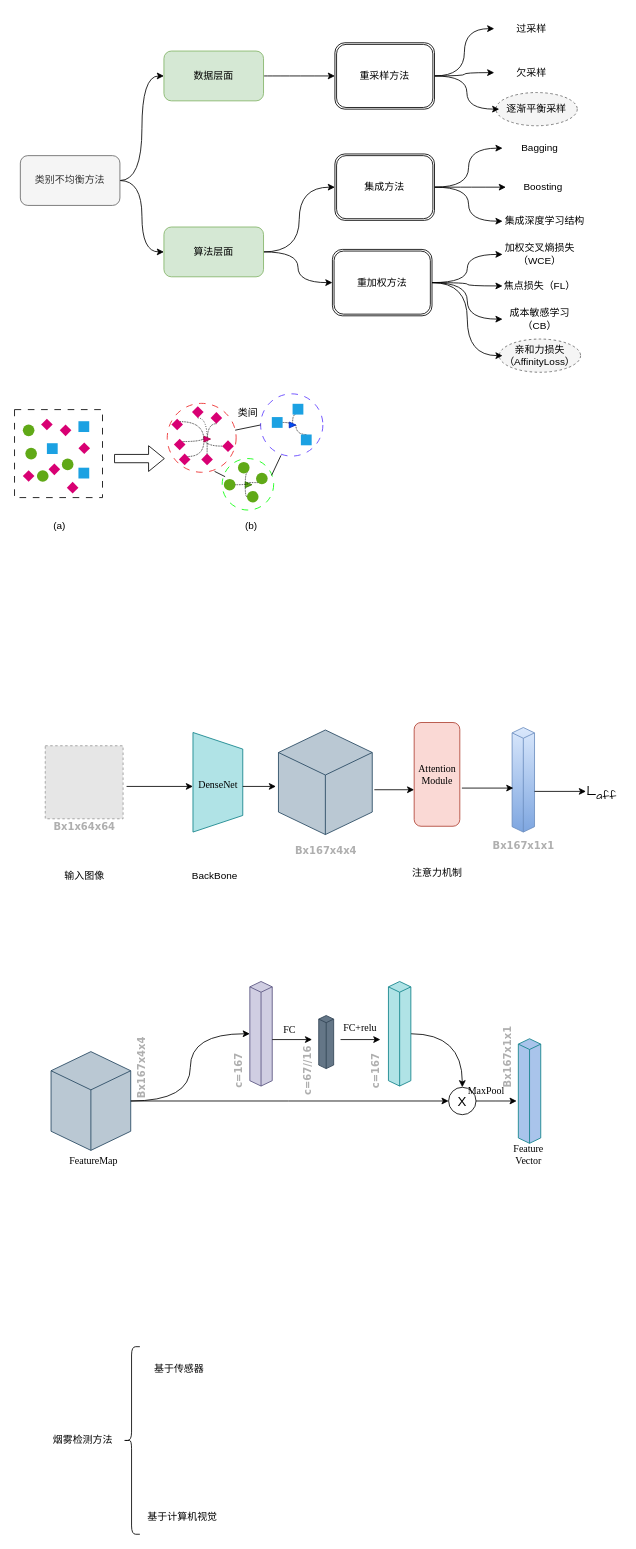
Earlier version of the draw.io diagram 未命名绘图.drawio (lcq666666/lcq666666.github.io). Source tidied: cells renumbered, new cells numbered last; positions are measured from the earlier drawing's top-left corner, leaving out a move shared by most shapes. Both pictures are drawn from the tidied source at 83%, with x=0, y=0 at pixel (14, 14). Pictures stored in the file or linked from it are replaced by grey dashed boxes.
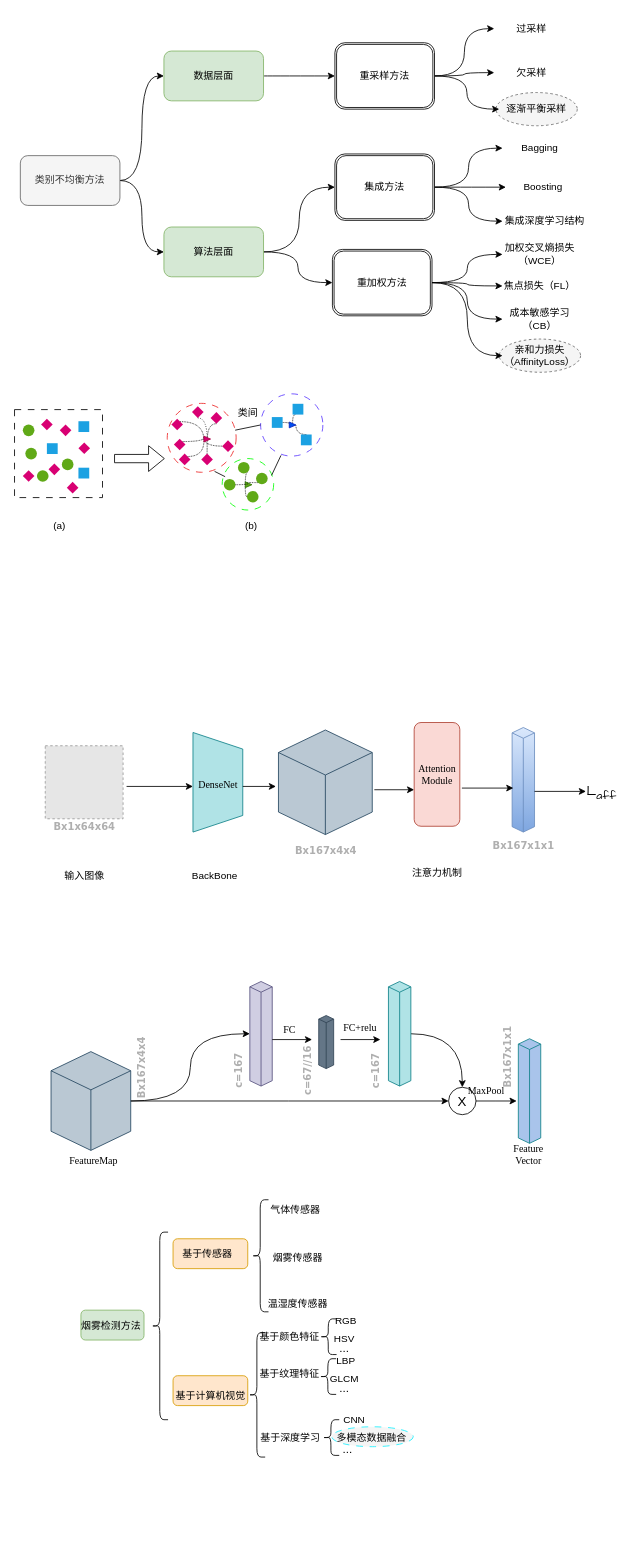
Above is the later version.

Commit message (it also covers changes not shown here):
更新未命名绘图.drawio

The edit, as a diff of the source:
```diff
@@
+    <mxCell id="138" style="ellipse;whiteSpace=wrap;html=1;fillColor=#f5f5f5;fontColor=#333333;strokeColor=#17F1FF;dashed=1;dashPattern=8 8;" parent="1" vertex="1">
+      <mxGeometry x="382.2" y="1701.5" width="98.2" height="24" as="geometry" />
+    </mxCell>
+    <mxCell id="139" style="rounded=1;whiteSpace=wrap;html=1;fillColor=#ffe6cc;strokeColor=#d79b00;" parent="1" vertex="1">
+      <mxGeometry x="191" y="1475" width="90" height="36" as="geometry" />
+    </mxCell>
+    <mxCell id="140" style="rounded=1;whiteSpace=wrap;html=1;fillColor=#ffe6cc;strokeColor=#d79b00;" parent="1" vertex="1">
+      <mxGeometry x="191" y="1640" width="90" height="36" as="geometry" />
+    </mxCell>
+    <mxCell id="141" style="rounded=1;whiteSpace=wrap;html=1;fillColor=#d5e8d4;strokeColor=#82b366;" parent="1" vertex="1">
+      <mxGeometry x="80" y="1561" width="76" height="36" as="geometry" />
+    </mxCell>
@@
     <mxCell id="134" value="烟雾检测方法" style="text;html=1;align=center;verticalAlign=middle;strokeColor=none;fillColor=none;" parent="1" vertex="1">
-      <mxGeometry x="37" y="1705" width="90" height="26" as="geometry" />
+      <mxGeometry x="71" y="1567" width="90" height="26" as="geometry" />
     </mxCell>
     <mxCell id="135" style="shape=curlyBracket;whiteSpace=wrap;html=1;rounded=1;labelPosition=left;verticalLabelPosition=middle;align=right;verticalAlign=middle;" parent="1" vertex="1">
-      <mxGeometry x="131" y="1605" width="20" height="226" as="geometry" />
+      <mxGeometry x="165" y="1467" width="20" height="226" as="geometry" />
     </mxCell>
     <mxCell id="136" value="基于传感器" style="text;html=1;align=center;verticalAlign=middle;strokeColor=none;fillColor=none;" parent="1" vertex="1">
-      <mxGeometry x="159" y="1619" width="78" height="26" as="geometry" />
+      <mxGeometry x="193" y="1481" width="78" height="26" as="geometry" />
     </mxCell>
     <mxCell id="137" value="基于计算机视觉" style="text;html=1;align=center;verticalAlign=middle;strokeColor=none;fillColor=none;" parent="1" vertex="1">
-      <mxGeometry x="151" y="1797" width="102" height="26" as="geometry" />
+      <mxGeometry x="185" y="1651" width="102" height="26" as="geometry" />
     </mxCell>
+    <mxCell id="142" style="shape=curlyBracket;whiteSpace=wrap;html=1;rounded=1;labelPosition=left;verticalLabelPosition=middle;align=right;verticalAlign=middle;" parent="1" vertex="1">
+      <mxGeometry x="286" y="1428" width="20" height="135" as="geometry" />
+    </mxCell>
+    <mxCell id="143" value="气体传感器" style="text;html=1;align=center;verticalAlign=middle;strokeColor=none;fillColor=none;" parent="1" vertex="1">
+      <mxGeometry x="299" y="1428" width="78" height="26" as="geometry" />
+    </mxCell>
+    <mxCell id="144" value="烟雾传感器" style="text;html=1;align=center;verticalAlign=middle;strokeColor=none;fillColor=none;" parent="1" vertex="1">
+      <mxGeometry x="302" y="1485" width="78" height="26" as="geometry" />
+    </mxCell>
+    <mxCell id="145" value="温湿度传感器" style="text;html=1;align=center;verticalAlign=middle;strokeColor=none;fillColor=none;" parent="1" vertex="1">
+      <mxGeometry x="296" y="1541" width="90" height="26" as="geometry" />
+    </mxCell>
+    <mxCell id="146" style="shape=curlyBracket;whiteSpace=wrap;html=1;rounded=1;labelPosition=left;verticalLabelPosition=middle;align=right;verticalAlign=middle;" parent="1" vertex="1">
+      <mxGeometry x="282" y="1588" width="20" height="150" as="geometry" />
+    </mxCell>
+    <mxCell id="147" value="基于颜色特征" style="text;html=1;align=center;verticalAlign=middle;strokeColor=none;fillColor=none;" parent="1" vertex="1">
+      <mxGeometry x="286" y="1580" width="90" height="26" as="geometry" />
+    </mxCell>
+    <mxCell id="148" value="基于纹理特征" style="text;html=1;align=center;verticalAlign=middle;strokeColor=none;fillColor=none;" parent="1" vertex="1">
+      <mxGeometry x="286" y="1625" width="90" height="26" as="geometry" />
+    </mxCell>
+    <mxCell id="149" style="shape=curlyBracket;whiteSpace=wrap;html=1;rounded=1;labelPosition=left;verticalLabelPosition=middle;align=right;verticalAlign=middle;" parent="1" vertex="1">
+      <mxGeometry x="368" y="1571.5" width="20" height="43" as="geometry" />
+    </mxCell>
+    <mxCell id="150" value="RGB" style="text;html=1;align=center;verticalAlign=middle;strokeColor=none;fillColor=none;" parent="1" vertex="1">
+      <mxGeometry x="377" y="1561" width="44" height="26" as="geometry" />
+    </mxCell>
+    <mxCell id="151" value="HSV" style="text;html=1;align=center;verticalAlign=middle;strokeColor=none;fillColor=none;" parent="1" vertex="1">
+      <mxGeometry x="375.5" y="1583" width="43" height="26" as="geometry" />
+    </mxCell>
+    <mxCell id="152" value="&lt;span style=&quot;font-size: 14px;&quot;&gt;...&lt;/span&gt;" style="text;html=1;align=center;verticalAlign=middle;strokeColor=none;fillColor=none;" parent="1" vertex="1">
+      <mxGeometry x="382" y="1592" width="30" height="29" as="geometry" />
+    </mxCell>
+    <mxCell id="153" style="shape=curlyBracket;whiteSpace=wrap;html=1;rounded=1;labelPosition=left;verticalLabelPosition=middle;align=right;verticalAlign=middle;" parent="1" vertex="1">
+      <mxGeometry x="367.5" y="1619.5" width="20" height="43" as="geometry" />
+    </mxCell>
+    <mxCell id="154" value="LBP" style="text;html=1;align=center;verticalAlign=middle;strokeColor=none;fillColor=none;" parent="1" vertex="1">
+      <mxGeometry x="378.5" y="1609" width="41" height="26" as="geometry" />
+    </mxCell>
+    <mxCell id="155" value="GLCM" style="text;html=1;align=center;verticalAlign=middle;strokeColor=none;fillColor=none;" parent="1" vertex="1">
+      <mxGeometry x="370" y="1631" width="53" height="26" as="geometry" />
+    </mxCell>
+    <mxCell id="156" value="&lt;span style=&quot;font-size: 14px;&quot;&gt;...&lt;/span&gt;" style="text;html=1;align=center;verticalAlign=middle;strokeColor=none;fillColor=none;" parent="1" vertex="1">
+      <mxGeometry x="382" y="1640" width="30" height="29" as="geometry" />
+    </mxCell>
+    <mxCell id="157" value="基于深度学习" style="text;html=1;align=center;verticalAlign=middle;strokeColor=none;fillColor=none;" parent="1" vertex="1">
+      <mxGeometry x="287" y="1701.5" width="90" height="26" as="geometry" />
+    </mxCell>
+    <mxCell id="158" style="shape=curlyBracket;whiteSpace=wrap;html=1;rounded=1;labelPosition=left;verticalLabelPosition=middle;align=right;verticalAlign=middle;" parent="1" vertex="1">
+      <mxGeometry x="371.2" y="1693" width="20" height="43" as="geometry" />
+    </mxCell>
+    <mxCell id="159" value="多模态数据融合" style="text;html=1;align=center;verticalAlign=middle;strokeColor=none;fillColor=none;" parent="1" vertex="1">
+      <mxGeometry x="378.5" y="1701.5" width="102" height="26" as="geometry" />
+    </mxCell>
+    <mxCell id="160" value="&lt;span style=&quot;font-size: 14px;&quot;&gt;...&lt;/span&gt;" style="text;html=1;align=center;verticalAlign=middle;strokeColor=none;fillColor=none;" parent="1" vertex="1">
+      <mxGeometry x="385.8" y="1713.5" width="30" height="29" as="geometry" />
+    </mxCell>
+    <mxCell id="161" value="CNN" style="text;html=1;align=center;verticalAlign=middle;strokeColor=none;fillColor=none;" parent="1" vertex="1">
+      <mxGeometry x="386.5" y="1680" width="44" height="26" as="geometry" />
+    </mxCell>
```
